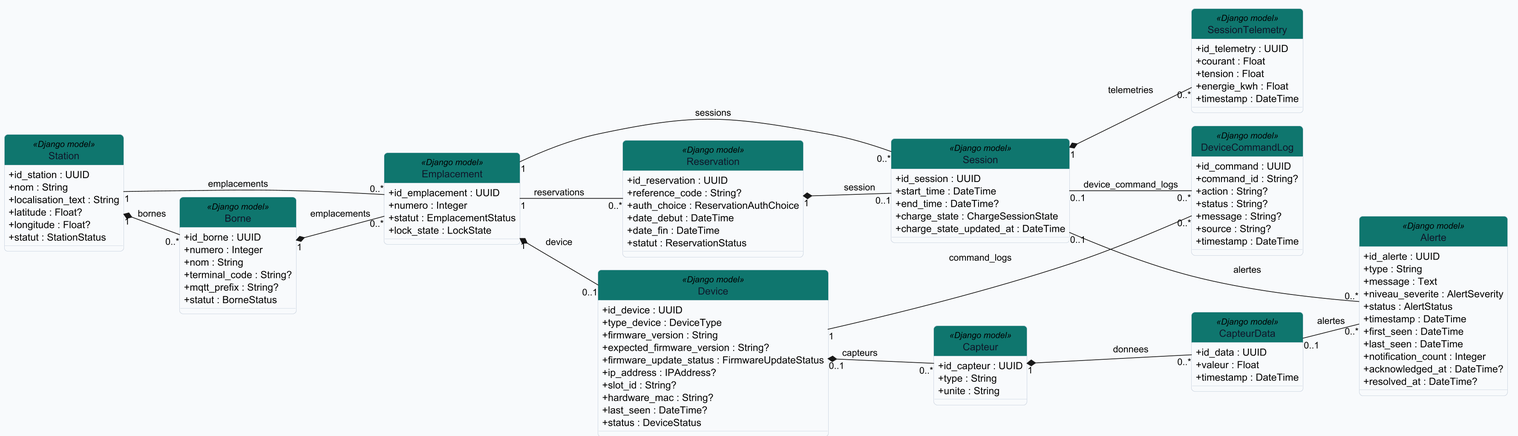
Above: docs/source/_static/uml/uml_infrastructure_charge.png in bayhes5/Station_de_recharge (PlantUML), before the change.
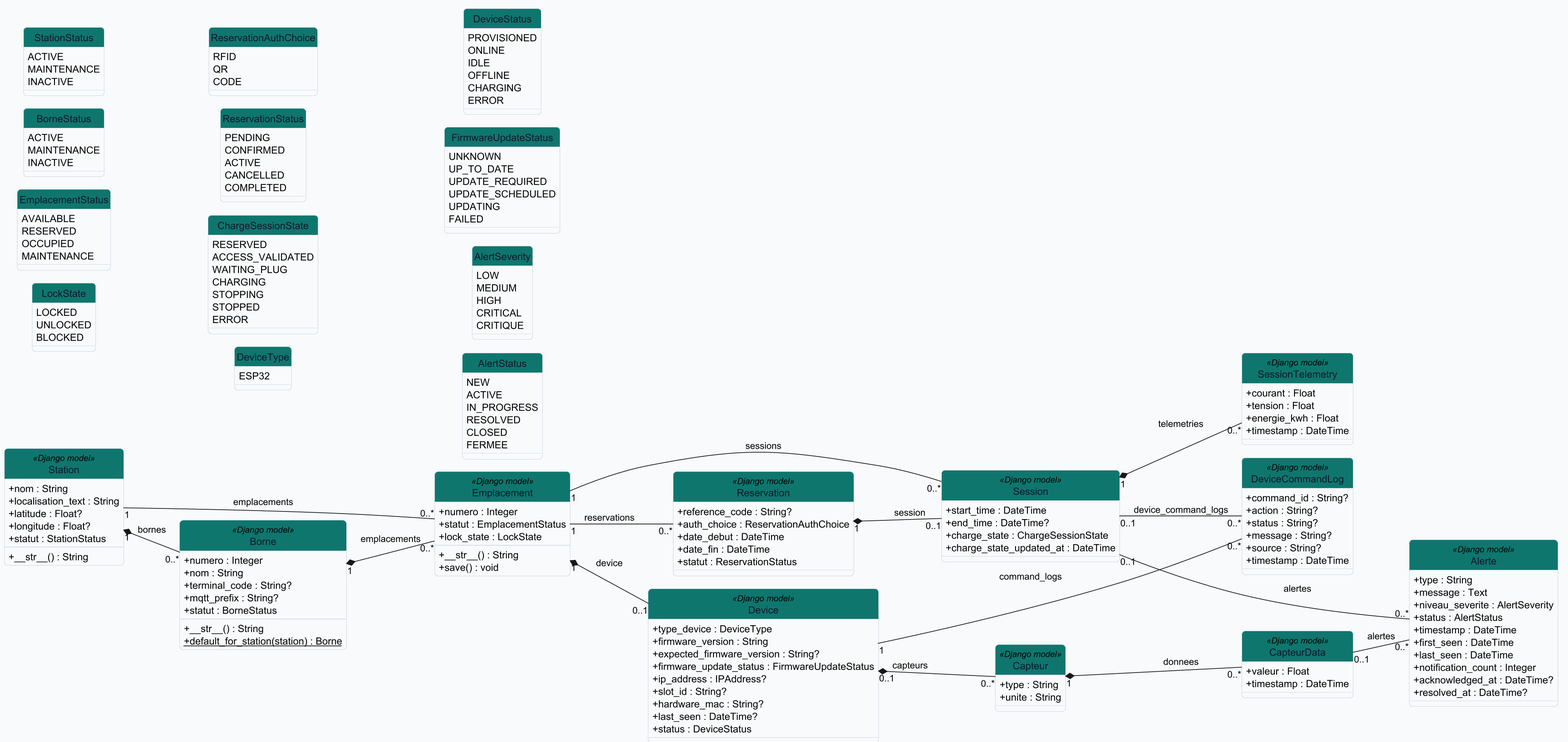
Later version of the same file.

Diff of the diagram source:
```diff
@@ -18,32 +18,36 @@
 
 
 class Station <<Django model>> {
-  +id_station : UUID
   +nom : String
   +localisation_text : String
   +latitude : Float?
   +longitude : Float?
   +statut : StationStatus
+  --
+  +__str__() : String
 }
 
 class Borne <<Django model>> {
-  +id_borne : UUID
   +numero : Integer
   +nom : String
   +terminal_code : String?
   +mqtt_prefix : String?
   +statut : BorneStatus
+  --
+  +__str__() : String
+  +{static} default_for_station(station) : Borne
 }
 
 class Emplacement <<Django model>> {
-  +id_emplacement : UUID
   +numero : Integer
   +statut : EmplacementStatus
   +lock_state : LockState
+  --
+  +__str__() : String
+  +save() : void
 }
 
 class Reservation <<Django model>> {
-  +id_reservation : UUID
   +reference_code : String?
   +auth_choice : ReservationAuthChoice
   +date_debut : DateTime
@@ -52,7 +56,6 @@
 }
 
 class Session <<Django model>> {
-  +id_session : UUID
   +start_time : DateTime
   +end_time : DateTime?
   +charge_state : ChargeSessionState
@@ -60,7 +63,6 @@
 }
 
 class SessionTelemetry <<Django model>> {
-  +id_telemetry : UUID
   +courant : Float
   +tension : Float
   +energie_kwh : Float
@@ -68,7 +70,6 @@
 }
 
 class Device <<Django model>> {
-  +id_device : UUID
   +type_device : DeviceType
   +firmware_version : String
   +expected_firmware_version : String?
@@ -81,7 +82,6 @@
 }
 
 class DeviceCommandLog <<Django model>> {
-  +id_command : UUID
   +command_id : String?
   +action : String?
   +status : String?
@@ -91,19 +91,16 @@
 }
 
 class Capteur <<Django model>> {
-  +id_capteur : UUID
   +type : String
   +unite : String
 }
 
 class CapteurData <<Django model>> {
-  +id_data : UUID
   +valeur : Float
   +timestamp : DateTime
 }
 
 class Alerte <<Django model>> {
-  +id_alerte : UUID
   +type : String
   +message : Text
   +niveau_severite : AlertSeverity
@@ -114,6 +111,94 @@
   +notification_count : Integer
   +acknowledged_at : DateTime?
   +resolved_at : DateTime?
+}
+
+enum StationStatus {
+  ACTIVE
+  MAINTENANCE
+  INACTIVE
+}
+
+enum BorneStatus {
+  ACTIVE
+  MAINTENANCE
+  INACTIVE
+}
+
+enum EmplacementStatus {
+  AVAILABLE
+  RESERVED
+  OCCUPIED
+  MAINTENANCE
+}
+
+enum LockState {
+  LOCKED
+  UNLOCKED
+  BLOCKED
+}
+
+enum ReservationAuthChoice {
+  RFID
+  QR
+  CODE
+}
+
+enum ReservationStatus {
+  PENDING
+  CONFIRMED
+  ACTIVE
+  CANCELLED
+  COMPLETED
+}
+
+enum ChargeSessionState {
+  RESERVED
+  ACCESS_VALIDATED
+  WAITING_PLUG
+  CHARGING
+  STOPPING
+  STOPPED
+  ERROR
+}
+
+enum DeviceType {
+  ESP32
+}
+
+enum DeviceStatus {
+  PROVISIONED
+  ONLINE
+  IDLE
+  OFFLINE
+  CHARGING
+  ERROR
+}
+
+enum FirmwareUpdateStatus {
+  UNKNOWN
+  UP_TO_DATE
+  UPDATE_REQUIRED
+  UPDATE_SCHEDULED
+  UPDATING
+  FAILED
+}
+
+enum AlertSeverity {
+  LOW
+  MEDIUM
+  HIGH
+  CRITICAL
+  CRITIQUE
+}
+
+enum AlertStatus {
+  NEW
+  ACTIVE
+  IN_PROGRESS
+  RESOLVED
+  CLOSED
+  FERMEE
 }
 
 Station "1" *-- "0..*" Borne : bornes
```
